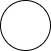
The draw.io diagram BPMN.png in dkorolev13/test_drawio, before a commit. Source tidied: cells renumbered, new cells last; positions are measured from the earlier drawing's top-left corner, leaving out a move shared by most shapes. Source of this version:
```xml
<mxGraphModel>
  <root>
    <mxCell id="0" />
    <mxCell id="1" parent="0" />
    <mxCell id="2" style="points=[[0.145,0.145,0],[0.5,0,0],[0.855,0.145,0],[1,0.5,0],[0.855,0.855,0],[0.5,1,0],[0.145,0.855,0],[0,0.5,0]];shape=mxgraph.bpmn.event;html=1;verticalLabelPosition=bottom;labelBackgroundColor=#ffffff;verticalAlign=top;align=center;perimeter=ellipsePerimeter;outlineConnect=0;outline=standard;symbol=general;" parent="1" vertex="1">
      <mxGeometry width="50" height="50" as="geometry" />
    </mxCell>
  </root>
</mxGraphModel>
```
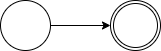
Above is the later version.

Diff of the diagram source:
```diff
@@ -2,8 +2,14 @@
   <root>
     <mxCell id="0" />
     <mxCell id="1" parent="0" />
+    <mxCell id="3" style="edgeStyle=orthogonalEdgeStyle;rounded=0;jettySize=auto;html=1;" parent="1" edge="1" source="2" target="4">
+      <mxGeometry relative="1" as="geometry" />
+    </mxCell>
     <mxCell id="2" style="points=[[0.145,0.145,0],[0.5,0,0],[0.855,0.145,0],[1,0.5,0],[0.855,0.855,0],[0.5,1,0],[0.145,0.855,0],[0,0.5,0]];shape=mxgraph.bpmn.event;html=1;verticalLabelPosition=bottom;labelBackgroundColor=#ffffff;verticalAlign=top;align=center;perimeter=ellipsePerimeter;outlineConnect=0;outline=standard;symbol=general;" parent="1" vertex="1">
       <mxGeometry width="50" height="50" as="geometry" />
     </mxCell>
+    <mxCell id="4" style="points=[[0.145,0.145,0],[0.5,0,0],[0.855,0.145,0],[1,0.5,0],[0.855,0.855,0],[0.5,1,0],[0.145,0.855,0],[0,0.5,0]];shape=mxgraph.bpmn.event;html=1;verticalLabelPosition=bottom;labelBackgroundColor=#ffffff;verticalAlign=top;align=center;perimeter=ellipsePerimeter;outlineConnect=0;outline=throwing;symbol=general;" parent="1" vertex="1">
+      <mxGeometry x="110" width="50" height="50" as="geometry" />
+    </mxCell>
   </root>
 </mxGraphModel>
```
